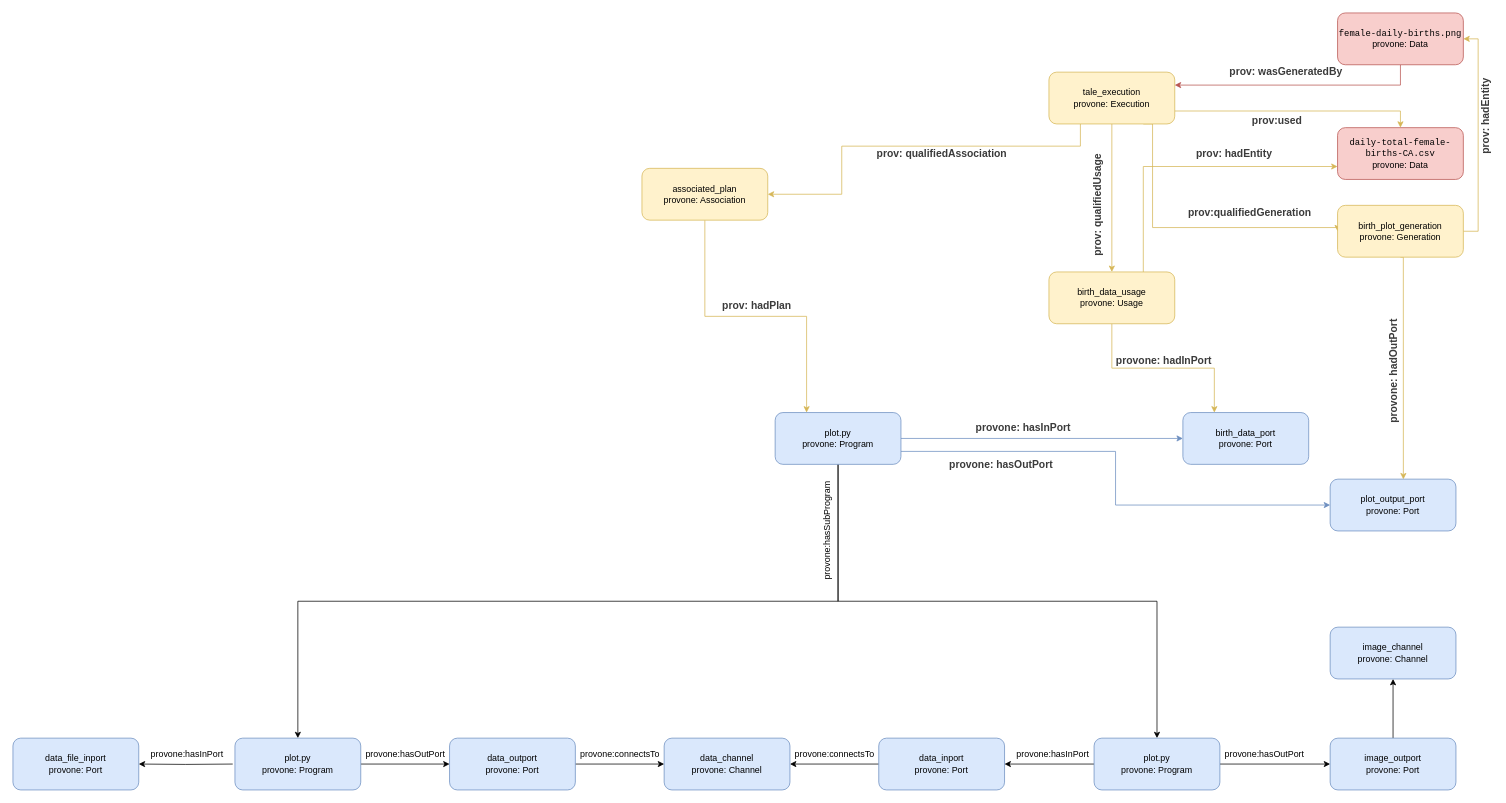
Earlier version of the draw.io diagram images/entity-base.drawio (ThomasThelen/sdtl-provone). Source tidied: cells renumbered, new cells numbered last; positions are measured from the earlier drawing's top-left corner, leaving out a move shared by most shapes. Both pictures are drawn from the tidied source at 74%, with x=0, y=0 at pixel (13, 13).
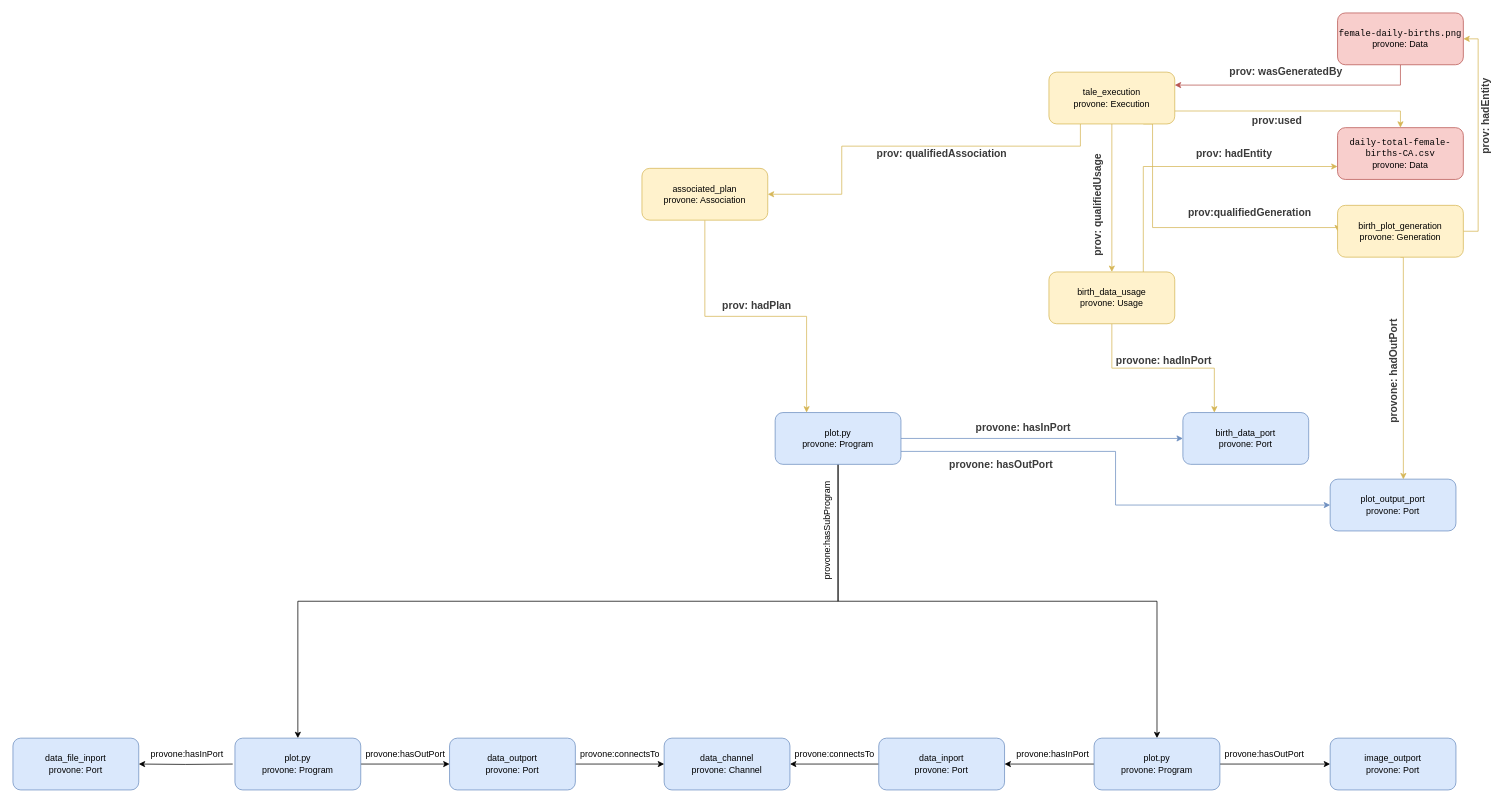
Above is the later version.

The change refers to these unchanged cells:
```xml
<mxCell id="20" value="&lt;div&gt;&lt;span&gt;image_outport&lt;/span&gt;&lt;/div&gt;&lt;div&gt;&lt;span&gt;provone: Port&lt;/span&gt;&lt;br&gt;&lt;/div&gt;" style="rounded=1;whiteSpace=wrap;html=1;fontSize=12;glass=0;strokeWidth=1;shadow=0;fillColor=#dae8fc;strokeColor=#6c8ebf;" parent="1" vertex="1">
  <mxGeometry x="1780" y="980" width="170" height="70" as="geometry" />
</mxCell>
```

The edit, as a diff of the source:
```diff
@@
-    <mxCell id="19" style="edgeStyle=orthogonalEdgeStyle;rounded=0;jettySize=auto;html=1;" parent="1" edge="1" source="20" target="21">
-      <mxGeometry relative="1" as="geometry" />
-    </mxCell>
@@
-    <mxCell id="21" value="&lt;div&gt;&lt;span&gt;image_channel&lt;/span&gt;&lt;/div&gt;&lt;div&gt;&lt;span&gt;provone: Channel&lt;/span&gt;&lt;br&gt;&lt;/div&gt;" style="rounded=1;whiteSpace=wrap;html=1;fontSize=12;glass=0;strokeWidth=1;shadow=0;fillColor=#dae8fc;strokeColor=#6c8ebf;" parent="1" vertex="1">
-      <mxGeometry x="1780" y="830" width="170" height="70" as="geometry" />
-    </mxCell>
```
